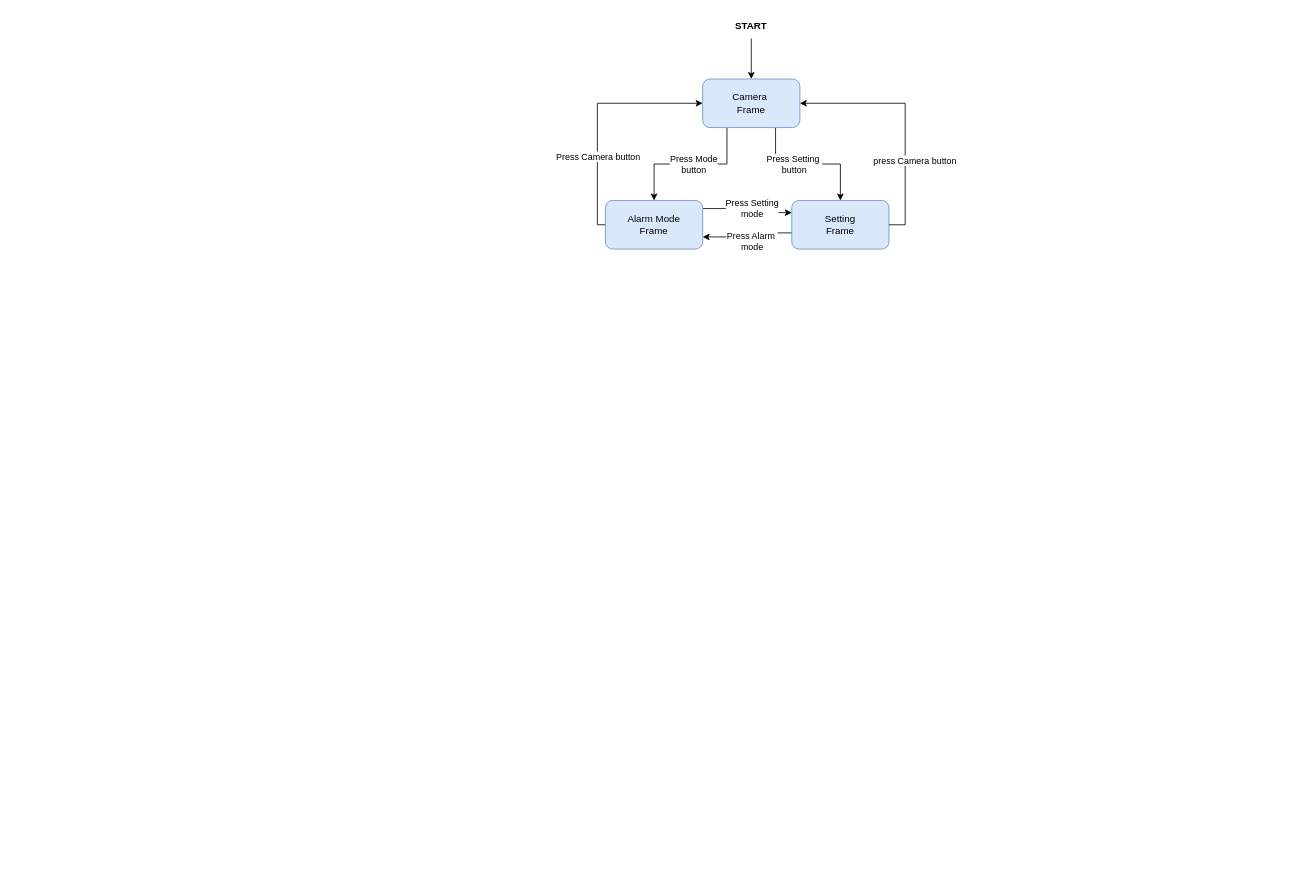
The draw.io diagram draws/appShinobi.drawio in enumD/ShinobiMode, before the edit. Source tidied: cells renumbered, new cells numbered last; positions are measured from the earlier drawing's top-left corner, leaving out a move shared by most shapes. Both pictures are drawn from the tidied source at 81%, with x=0, y=0 at pixel (597, 14).
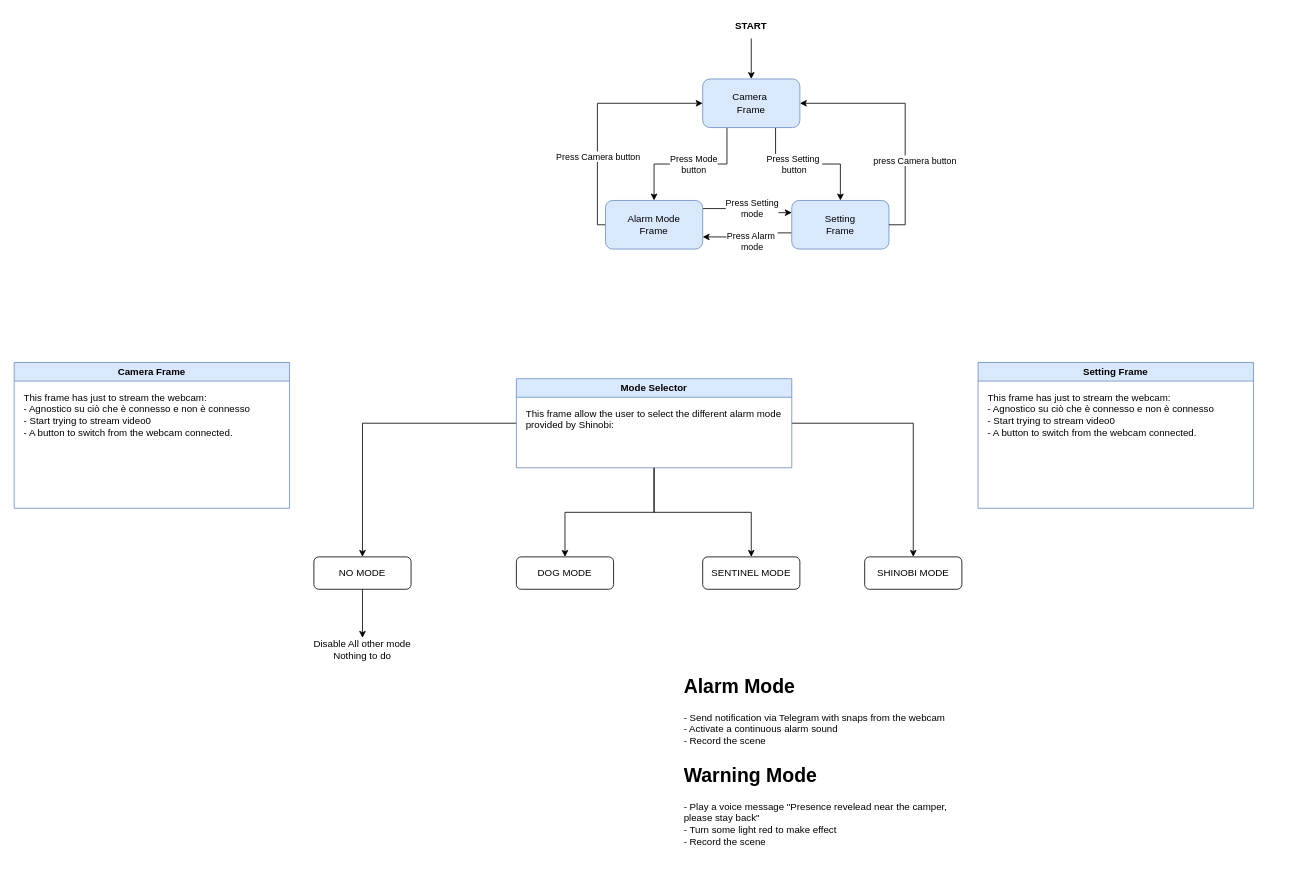
The same diagram, later.

Diff of the diagram source:
```diff
@@
+    <mxCell id="19" value="Camera Frame" style="swimlane;whiteSpace=wrap;html=1;fillColor=#dae8fc;strokeColor=#6c8ebf;" parent="1" vertex="1">
+      <mxGeometry x="-720" y="430" width="340" height="180" as="geometry" />
+    </mxCell>
+    <mxCell id="20" value="This frame has just to stream the webcam:&lt;div&gt;- Agnostico su ciò che è connesso e non è connesso&lt;/div&gt;&lt;div&gt;- Start trying to stream video0&lt;/div&gt;&lt;div&gt;- A button to switch from the webcam connected.&lt;/div&gt;" style="text;html=1;whiteSpace=wrap;overflow=hidden;rounded=0;" parent="19" vertex="1">
+      <mxGeometry x="10" y="30" width="320" height="140" as="geometry" />
+    </mxCell>
+    <mxCell id="21" style="edgeStyle=orthogonalEdgeStyle;rounded=0;jettySize=auto;html=1;entryX=0.5;entryY=0;entryDx=0;entryDy=0;" parent="1" edge="1" source="25" target="30">
+      <mxGeometry relative="1" as="geometry" />
+    </mxCell>
+    <mxCell id="22" style="edgeStyle=orthogonalEdgeStyle;rounded=0;jettySize=auto;html=1;entryX=0.5;entryY=0;entryDx=0;entryDy=0;" parent="1" edge="1" source="25" target="31">
+      <mxGeometry relative="1" as="geometry" />
+    </mxCell>
+    <mxCell id="23" style="edgeStyle=orthogonalEdgeStyle;rounded=0;jettySize=auto;html=1;entryX=0.5;entryY=0;entryDx=0;entryDy=0;" parent="1" edge="1" source="25" target="32">
+      <mxGeometry relative="1" as="geometry" />
+    </mxCell>
+    <mxCell id="24" style="edgeStyle=orthogonalEdgeStyle;rounded=0;jettySize=auto;html=1;entryX=0.5;entryY=0;entryDx=0;entryDy=0;" parent="1" edge="1" source="25" target="33">
+      <mxGeometry relative="1" as="geometry" />
+    </mxCell>
+    <mxCell id="25" value="Mode Selector" style="swimlane;whiteSpace=wrap;html=1;fillColor=#dae8fc;strokeColor=#6c8ebf;" parent="1" vertex="1">
+      <mxGeometry x="-100" y="450" width="340" height="110" as="geometry" />
+    </mxCell>
+    <mxCell id="26" value="This frame allow the user to select the different alarm mode provided by Shinobi:&lt;div&gt;&lt;br&gt;&lt;/div&gt;" style="text;html=1;whiteSpace=wrap;overflow=hidden;rounded=0;" parent="25" vertex="1">
+      <mxGeometry x="10" y="30" width="320" height="50" as="geometry" />
+    </mxCell>
+    <mxCell id="27" value="Setting Frame" style="swimlane;whiteSpace=wrap;html=1;fillColor=#dae8fc;strokeColor=#6c8ebf;" parent="1" vertex="1">
+      <mxGeometry x="470" y="430" width="340" height="180" as="geometry" />
+    </mxCell>
+    <mxCell id="28" value="This frame has just to stream the webcam:&lt;div&gt;- Agnostico su ciò che è connesso e non è connesso&lt;/div&gt;&lt;div&gt;- Start trying to stream video0&lt;/div&gt;&lt;div&gt;- A button to switch from the webcam connected.&lt;/div&gt;" style="text;html=1;whiteSpace=wrap;overflow=hidden;rounded=0;" parent="27" vertex="1">
+      <mxGeometry x="10" y="30" width="390" height="330" as="geometry" />
+    </mxCell>
+    <mxCell id="29" style="edgeStyle=orthogonalEdgeStyle;rounded=0;jettySize=auto;html=1;entryX=0.5;entryY=0;entryDx=0;entryDy=0;" parent="1" edge="1" source="30" target="34">
+      <mxGeometry relative="1" as="geometry" />
+    </mxCell>
+    <mxCell id="30" value="NO MODE" style="rounded=1;whiteSpace=wrap;html=1;" parent="1" vertex="1">
+      <mxGeometry x="-350" y="670" width="120" height="40" as="geometry" />
+    </mxCell>
+    <mxCell id="31" value="DOG MODE" style="rounded=1;whiteSpace=wrap;html=1;" parent="1" vertex="1">
+      <mxGeometry x="-100" y="670" width="120" height="40" as="geometry" />
+    </mxCell>
+    <mxCell id="32" value="SENTINEL MODE" style="rounded=1;whiteSpace=wrap;html=1;" parent="1" vertex="1">
+      <mxGeometry x="130" y="670" width="120" height="40" as="geometry" />
+    </mxCell>
+    <mxCell id="33" value="SHINOBI MODE" style="rounded=1;whiteSpace=wrap;html=1;" parent="1" vertex="1">
+      <mxGeometry x="330" y="670" width="120" height="40" as="geometry" />
+    </mxCell>
+    <mxCell id="34" value="&lt;font&gt;Disable All other mode&lt;/font&gt;&lt;div&gt;&lt;font&gt;Nothing to do&lt;/font&gt;&lt;/div&gt;" style="text;html=1;align=center;verticalAlign=middle;whiteSpace=wrap;rounded=0;" parent="1" vertex="1">
+      <mxGeometry x="-410" y="770" width="240" height="30" as="geometry" />
+    </mxCell>
+    <mxCell id="35" value="&lt;h1 style=&quot;margin-top: 0px;&quot;&gt;Alarm Mode&lt;/h1&gt;&lt;div&gt;- Send notification via Telegram with snaps from the webcam&lt;/div&gt;&lt;div&gt;- Activate a continuous alarm sound&lt;/div&gt;&lt;div&gt;- Record the scene&lt;/div&gt;" style="text;html=1;whiteSpace=wrap;overflow=hidden;rounded=0;" parent="1" vertex="1">
+      <mxGeometry x="105" y="810" width="345" height="110" as="geometry" />
+    </mxCell>
+    <mxCell id="36" value="&lt;h1 style=&quot;margin-top: 0px;&quot;&gt;Warning Mode&lt;/h1&gt;&lt;div&gt;- Play a voice message &quot;Presence revelead near the camper, please stay back&quot;&lt;/div&gt;&lt;div&gt;- Turn some light red to make effect&lt;/div&gt;&lt;div&gt;- Record the scene&lt;/div&gt;" style="text;html=1;whiteSpace=wrap;overflow=hidden;rounded=0;" parent="1" vertex="1">
+      <mxGeometry x="105" y="920" width="335" height="140" as="geometry" />
+    </mxCell>
```
